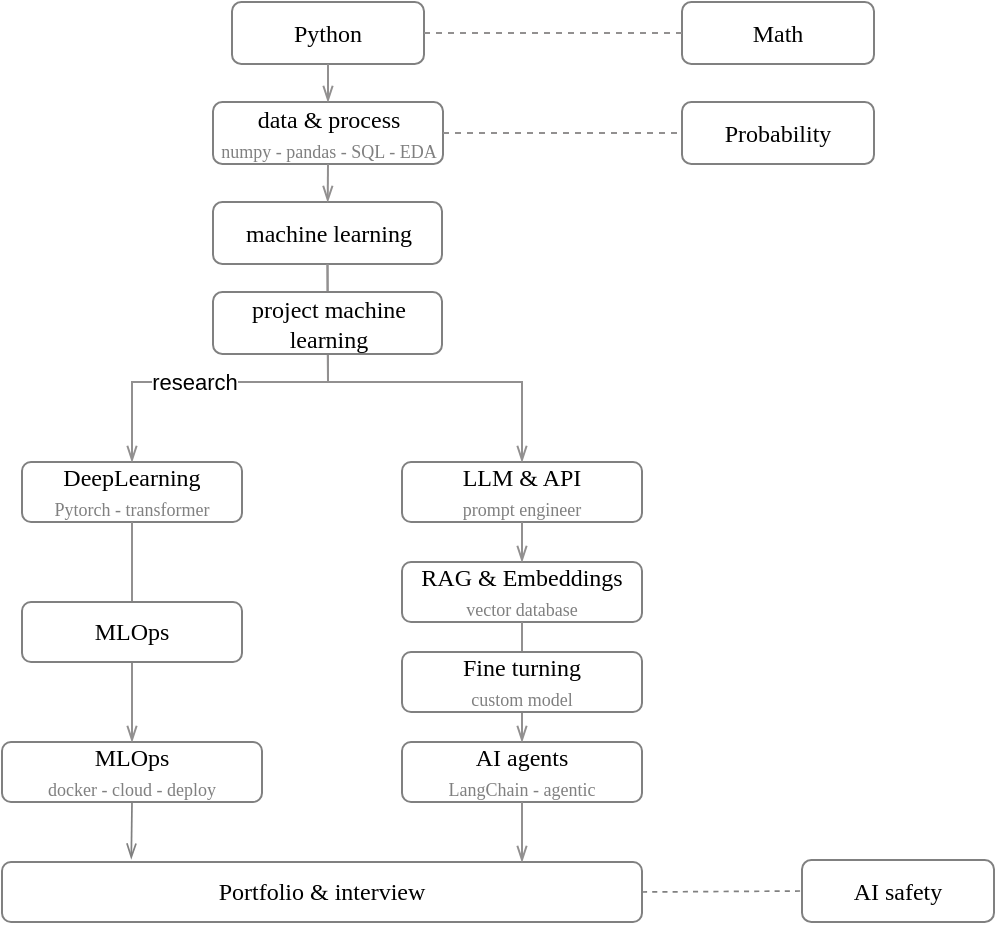
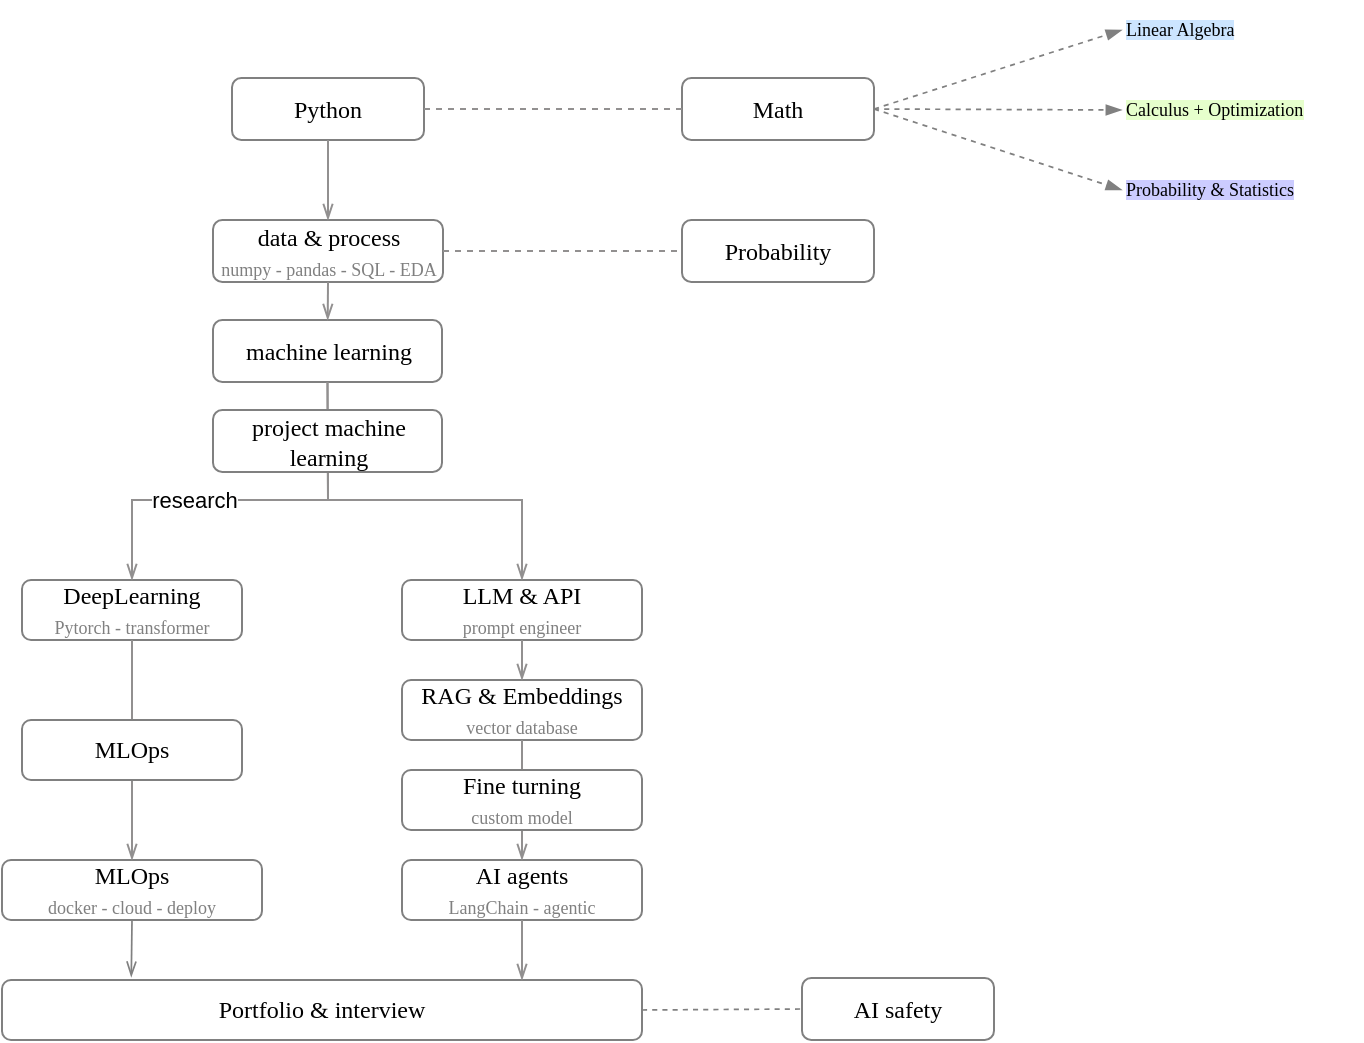
<mxfile host="app.diagrams.net" agent="Mozilla/5.0 (Macintosh; Intel Mac OS X 10_15_7) AppleWebKit/537.36 (KHTML, like Gecko) draw.io/29.3.0 Chrome/140.0.7339.249 Electron/38.7.2 Safari/537.36" pages="4">
  <diagram name="overview" id="cAlCBEzrJN6Ur7Pin5lN">
    <mxGraphModel dx="790" dy="352" grid="1" gridSize="10" guides="1" tooltips="1" connect="1" arrows="1" fold="1" page="1" pageScale="1" pageWidth="827" pageHeight="1169" math="0" shadow="0">
      <root>
        <mxCell id="0" />
        <mxCell id="1" parent="0" />
        <mxCell id="zTdwEjZ7j_-9_ITJUfBh-1" parent="1" style="rounded=1;whiteSpace=wrap;html=1;fontFamily=Comic Sans MS;strokeColor=#808080;" value="Python" vertex="1">
-           <mxGeometry height="31" width="96" x="315" y="510" as="geometry" />
+           <mxGeometry height="31" width="96" x="315" y="489" as="geometry" />
        </mxCell>
        <mxCell id="zTdwEjZ7j_-9_ITJUfBh-2" parent="1" style="rounded=1;whiteSpace=wrap;html=1;fontFamily=Comic Sans MS;strokeColor=#808080;" value="Math" vertex="1">
-           <mxGeometry height="31" width="96" x="540" y="510" as="geometry" />
+           <mxGeometry height="31" width="96" x="540" y="489" as="geometry" />
        </mxCell>
        <mxCell id="zTdwEjZ7j_-9_ITJUfBh-4" parent="1" style="rounded=1;whiteSpace=wrap;html=1;fontFamily=Comic Sans MS;strokeColor=#808080;" value="data &amp;amp; process&lt;div&gt;&lt;font style=&quot;font-size: 9px; color: rgb(128, 128, 128);&quot;&gt;numpy - pandas - SQL - EDA&lt;/font&gt;&lt;/div&gt;" vertex="1">
          <mxGeometry height="31" width="115" x="305.5" y="560" as="geometry" />
        </mxCell>
        <mxCell id="zTdwEjZ7j_-9_ITJUfBh-5" parent="1" style="rounded=1;whiteSpace=wrap;html=1;fontFamily=Comic Sans MS;strokeColor=#808080;" value="Probability" vertex="1">
          <mxGeometry height="31" width="96" x="540" y="560" as="geometry" />
        </mxCell>
        <mxCell id="zTdwEjZ7j_-9_ITJUfBh-6" edge="1" parent="1" source="zTdwEjZ7j_-9_ITJUfBh-4" style="endArrow=none;html=1;rounded=0;endFill=0;strokeColor=light-dark(#929090, #ededed);entryX=0;entryY=0.5;entryDx=0;entryDy=0;exitX=1;exitY=0.5;exitDx=0;exitDy=0;dashed=1;" target="zTdwEjZ7j_-9_ITJUfBh-5" value="">
          <mxGeometry height="50" relative="1" width="50" as="geometry">
            <mxPoint x="350" y="560" as="sourcePoint" />
            <mxPoint x="400" y="510" as="targetPoint" />
          </mxGeometry>
        </mxCell>
        <mxCell id="zTdwEjZ7j_-9_ITJUfBh-7" edge="1" parent="1" source="zTdwEjZ7j_-9_ITJUfBh-1" style="endArrow=none;html=1;rounded=0;endFill=0;strokeColor=light-dark(#929090, #ededed);exitX=1;exitY=0.5;exitDx=0;exitDy=0;entryX=0;entryY=0.5;entryDx=0;entryDy=0;dashed=1;" target="zTdwEjZ7j_-9_ITJUfBh-2" value="">
          <mxGeometry height="50" relative="1" width="50" as="geometry">
-             <mxPoint x="350" y="596" as="sourcePoint" />
-             <mxPoint x="500" y="546" as="targetPoint" />
+             <mxPoint x="350" y="575" as="sourcePoint" />
+             <mxPoint x="500" y="525" as="targetPoint" />
          </mxGeometry>
        </mxCell>
        <mxCell id="zTdwEjZ7j_-9_ITJUfBh-8" parent="1" style="rounded=1;whiteSpace=wrap;html=1;fontFamily=Comic Sans MS;strokeColor=#808080;" value="machine learning" vertex="1">
          <mxGeometry height="31" width="114.5" x="305.5" y="610" as="geometry" />
        </mxCell>
        <mxCell id="zTdwEjZ7j_-9_ITJUfBh-9" edge="1" parent="1" source="zTdwEjZ7j_-9_ITJUfBh-1" style="endArrow=openThin;html=1;rounded=0;endFill=0;strokeColor=light-dark(#929090, #ededed);exitX=0.5;exitY=1;exitDx=0;exitDy=0;" target="zTdwEjZ7j_-9_ITJUfBh-4" value="">
          <mxGeometry height="50" relative="1" width="50" as="geometry">
            <mxPoint x="350" y="560" as="sourcePoint" />
            <mxPoint x="400" y="510" as="targetPoint" />
          </mxGeometry>
        </mxCell>
        <mxCell id="zTdwEjZ7j_-9_ITJUfBh-10" edge="1" parent="1" source="zTdwEjZ7j_-9_ITJUfBh-4" style="endArrow=openThin;html=1;rounded=0;endFill=0;strokeColor=light-dark(#929090, #ededed);exitX=0.5;exitY=1;exitDx=0;exitDy=0;" target="zTdwEjZ7j_-9_ITJUfBh-8" value="">
          <mxGeometry height="50" relative="1" width="50" as="geometry">
            <mxPoint x="350" y="560" as="sourcePoint" />
            <mxPoint x="400" y="510" as="targetPoint" />
          </mxGeometry>
        </mxCell>
        <mxCell id="zTdwEjZ7j_-9_ITJUfBh-11" parent="1" style="rounded=1;whiteSpace=wrap;html=1;fontFamily=Comic Sans MS;strokeColor=#808080;" value="DeepLearning&lt;br&gt;&lt;font style=&quot;font-size: 9px; color: rgb(128, 128, 128);&quot;&gt;Pytorch - transformer&lt;/font&gt;" vertex="1">
          <mxGeometry height="30" width="110" x="210" y="740" as="geometry" />
        </mxCell>
        <mxCell id="zTdwEjZ7j_-9_ITJUfBh-12" parent="1" style="rounded=1;whiteSpace=wrap;html=1;fontFamily=Comic Sans MS;strokeColor=#808080;" value="LLM &amp;amp; API&lt;br&gt;&lt;font style=&quot;font-size: 9px; color: rgb(128, 128, 128);&quot;&gt;prompt engineer&lt;/font&gt;" vertex="1">
          <mxGeometry height="30" width="120" x="400" y="740" as="geometry" />
        </mxCell>
        <mxCell id="zTdwEjZ7j_-9_ITJUfBh-13" parent="1" style="rounded=1;whiteSpace=wrap;html=1;fontFamily=Comic Sans MS;strokeColor=#808080;" value="RAG &amp;amp; Embeddings&lt;div&gt;&lt;font style=&quot;font-size: 9px; color: rgb(128, 128, 128);&quot;&gt;vector database&lt;/font&gt;&lt;/div&gt;" vertex="1">
          <mxGeometry height="30" width="120" x="400" y="790" as="geometry" />
        </mxCell>
        <mxCell id="zTdwEjZ7j_-9_ITJUfBh-14" parent="1" style="rounded=1;whiteSpace=wrap;html=1;fontFamily=Comic Sans MS;strokeColor=#808080;" value="MLOps&lt;div&gt;&lt;font style=&quot;font-size: 9px; color: rgb(128, 128, 128);&quot;&gt;docker - cloud - deploy&lt;/font&gt;&lt;/div&gt;" vertex="1">
          <mxGeometry height="30" width="130" x="200" y="880" as="geometry" />
        </mxCell>
        <mxCell id="zTdwEjZ7j_-9_ITJUfBh-15" parent="1" style="rounded=1;whiteSpace=wrap;html=1;fontFamily=Comic Sans MS;strokeColor=#808080;" value="Portfolio &amp;amp; interview" vertex="1">
          <mxGeometry height="30" width="320" x="200" y="940" as="geometry" />
        </mxCell>
        <mxCell id="zTdwEjZ7j_-9_ITJUfBh-16" parent="1" style="rounded=1;whiteSpace=wrap;html=1;fontFamily=Comic Sans MS;strokeColor=#808080;" value="AI agents&lt;br&gt;&lt;font style=&quot;font-size: 9px; color: rgb(128, 128, 128);&quot;&gt;LangChain - agentic&lt;/font&gt;" vertex="1">
          <mxGeometry height="30" width="120" x="400" y="880" as="geometry" />
        </mxCell>
        <mxCell id="zTdwEjZ7j_-9_ITJUfBh-17" edge="1" parent="1" source="zTdwEjZ7j_-9_ITJUfBh-8" style="endArrow=openThin;html=1;rounded=0;endFill=0;strokeColor=light-dark(#929090, #ededed);entryX=0.5;entryY=0;entryDx=0;entryDy=0;exitX=0.5;exitY=1;exitDx=0;exitDy=0;" target="zTdwEjZ7j_-9_ITJUfBh-12" value="">
          <mxGeometry height="50" relative="1" width="50" as="geometry">
            <Array as="points">
              <mxPoint x="363" y="700" />
              <mxPoint x="460" y="700" />
            </Array>
            <mxPoint x="300" y="780" as="sourcePoint" />
            <mxPoint x="350" y="730" as="targetPoint" />
          </mxGeometry>
        </mxCell>
        <mxCell id="zTdwEjZ7j_-9_ITJUfBh-18" edge="1" parent="1" source="zTdwEjZ7j_-9_ITJUfBh-8" style="endArrow=openThin;html=1;rounded=0;endFill=0;strokeColor=light-dark(#929090, #ededed);exitX=0.5;exitY=1;exitDx=0;exitDy=0;entryX=0.5;entryY=0;entryDx=0;entryDy=0;" target="zTdwEjZ7j_-9_ITJUfBh-11" value="">
          <mxGeometry height="50" relative="1" width="50" as="geometry">
            <Array as="points">
              <mxPoint x="363" y="700" />
              <mxPoint x="265" y="700" />
            </Array>
            <mxPoint x="300" y="780" as="sourcePoint" />
            <mxPoint x="350" y="730" as="targetPoint" />
          </mxGeometry>
        </mxCell>
        <mxCell id="RL8-EkVr3OvldoPUYXMJ-8" connectable="0" parent="zTdwEjZ7j_-9_ITJUfBh-18" style="edgeLabel;html=1;align=center;verticalAlign=middle;resizable=0;points=[];" value="research" vertex="1">
          <mxGeometry relative="1" x="0.2809" as="geometry">
            <mxPoint as="offset" />
          </mxGeometry>
        </mxCell>
        <mxCell id="zTdwEjZ7j_-9_ITJUfBh-19" edge="1" parent="1" source="zTdwEjZ7j_-9_ITJUfBh-11" style="endArrow=openThin;html=1;rounded=0;endFill=0;strokeColor=light-dark(#929090, #ededed);exitX=0.5;exitY=1;exitDx=0;exitDy=0;" target="zTdwEjZ7j_-9_ITJUfBh-14" value="">
          <mxGeometry height="50" relative="1" width="50" as="geometry">
            <mxPoint x="290" y="800" as="sourcePoint" />
            <mxPoint x="340" y="750" as="targetPoint" />
          </mxGeometry>
        </mxCell>
        <mxCell id="zTdwEjZ7j_-9_ITJUfBh-21" edge="1" parent="1" source="zTdwEjZ7j_-9_ITJUfBh-12" style="endArrow=openThin;html=1;rounded=0;endFill=0;strokeColor=light-dark(#929090, #ededed);exitX=0.5;exitY=1;exitDx=0;exitDy=0;entryX=0.5;entryY=0;entryDx=0;entryDy=0;" target="zTdwEjZ7j_-9_ITJUfBh-13" value="">
          <mxGeometry height="50" relative="1" width="50" as="geometry">
            <mxPoint x="290" y="800" as="sourcePoint" />
            <mxPoint x="340" y="750" as="targetPoint" />
          </mxGeometry>
        </mxCell>
        <mxCell id="zTdwEjZ7j_-9_ITJUfBh-22" edge="1" parent="1" source="zTdwEjZ7j_-9_ITJUfBh-13" style="endArrow=openThin;html=1;rounded=0;endFill=0;strokeColor=light-dark(#929090, #ededed);exitX=0.5;exitY=1;exitDx=0;exitDy=0;entryX=0.5;entryY=0;entryDx=0;entryDy=0;" target="zTdwEjZ7j_-9_ITJUfBh-16" value="">
          <mxGeometry height="50" relative="1" width="50" as="geometry">
            <mxPoint x="290" y="800" as="sourcePoint" />
            <mxPoint x="340" y="750" as="targetPoint" />
          </mxGeometry>
        </mxCell>
        <mxCell id="zTdwEjZ7j_-9_ITJUfBh-23" edge="1" parent="1" source="zTdwEjZ7j_-9_ITJUfBh-16" style="endArrow=openThin;html=1;rounded=0;endFill=0;strokeColor=light-dark(#929090, #ededed);exitX=0.5;exitY=1;exitDx=0;exitDy=0;" value="">
          <mxGeometry height="50" relative="1" width="50" as="geometry">
            <mxPoint x="290" y="800" as="sourcePoint" />
            <mxPoint x="460" y="940" as="targetPoint" />
          </mxGeometry>
        </mxCell>
        <mxCell id="RL8-EkVr3OvldoPUYXMJ-1" parent="1" style="rounded=1;whiteSpace=wrap;html=1;fontFamily=Comic Sans MS;strokeColor=#808080;" value="project machine learning" vertex="1">
          <mxGeometry height="31" width="114.5" x="305.5" y="655" as="geometry" />
        </mxCell>
        <mxCell id="RL8-EkVr3OvldoPUYXMJ-3" parent="1" style="rounded=1;whiteSpace=wrap;html=1;fontFamily=Comic Sans MS;strokeColor=#808080;" value="MLOps" vertex="1">
          <mxGeometry height="30" width="110" x="210" y="810" as="geometry" />
        </mxCell>
        <mxCell id="RL8-EkVr3OvldoPUYXMJ-4" edge="1" parent="1" source="zTdwEjZ7j_-9_ITJUfBh-14" style="endArrow=openThin;html=1;rounded=0;strokeColor=#808080;endFill=0;strokeWidth=0.85;exitX=0.5;exitY=1;exitDx=0;exitDy=0;entryX=0.202;entryY=-0.05;entryDx=0;entryDy=0;entryPerimeter=0;" target="zTdwEjZ7j_-9_ITJUfBh-15" value="">
          <mxGeometry height="50" relative="1" width="50" as="geometry">
            <mxPoint x="390" y="820" as="sourcePoint" />
            <mxPoint x="440" y="770" as="targetPoint" />
          </mxGeometry>
        </mxCell>
        <mxCell id="RL8-EkVr3OvldoPUYXMJ-5" parent="1" style="rounded=1;whiteSpace=wrap;html=1;fontFamily=Comic Sans MS;strokeColor=#808080;" value="Fine turning&lt;div&gt;&lt;font style=&quot;font-size: 9px; color: rgb(128, 128, 128);&quot;&gt;custom model&lt;/font&gt;&lt;/div&gt;" vertex="1">
          <mxGeometry height="30" width="120" x="400" y="835" as="geometry" />
        </mxCell>
        <mxCell id="RL8-EkVr3OvldoPUYXMJ-6" parent="1" style="rounded=1;whiteSpace=wrap;html=1;fontFamily=Comic Sans MS;strokeColor=#808080;" value="AI safety" vertex="1">
          <mxGeometry height="31" width="96" x="600" y="939" as="geometry" />
        </mxCell>
        <mxCell id="RL8-EkVr3OvldoPUYXMJ-7" edge="1" parent="1" source="zTdwEjZ7j_-9_ITJUfBh-15" style="endArrow=none;html=1;rounded=0;strokeColor=#808080;endFill=0;strokeWidth=0.85;exitX=1;exitY=0.5;exitDx=0;exitDy=0;entryX=0;entryY=0.5;entryDx=0;entryDy=0;dashed=1;" target="RL8-EkVr3OvldoPUYXMJ-6" value="">
          <mxGeometry height="50" relative="1" width="50" as="geometry">
            <mxPoint x="390" y="880" as="sourcePoint" />
            <mxPoint x="440" y="830" as="targetPoint" />
          </mxGeometry>
        </mxCell>
+         <mxCell id="RL8-EkVr3OvldoPUYXMJ-9" parent="1" style="text;html=1;whiteSpace=wrap;strokeColor=none;fillColor=none;align=left;verticalAlign=middle;rounded=0;fontFamily=Comic Sans MS;fontSize=9;" value="&lt;span style=&quot;background-color: rgb(204, 229, 255);&quot;&gt;Linear Algebra&lt;/span&gt;" vertex="1">
+           <mxGeometry height="30" width="90" x="760" y="450" as="geometry" />
+         </mxCell>
+         <mxCell id="RL8-EkVr3OvldoPUYXMJ-10" parent="1" style="text;html=1;whiteSpace=wrap;strokeColor=none;fillColor=none;align=left;verticalAlign=middle;rounded=0;fontFamily=Comic Sans MS;fontSize=9;" value="&lt;span style=&quot;background-color: rgb(230, 255, 204);&quot;&gt;Calculus +&amp;nbsp;Optimization&lt;/span&gt;" vertex="1">
+           <mxGeometry height="30" width="120" x="760" y="490" as="geometry" />
+         </mxCell>
+         <mxCell id="RL8-EkVr3OvldoPUYXMJ-11" parent="1" style="text;html=1;whiteSpace=wrap;strokeColor=none;fillColor=none;align=left;verticalAlign=middle;rounded=0;fontFamily=Comic Sans MS;fontSize=9;" value="&lt;span style=&quot;background-color: rgb(204, 204, 255);&quot;&gt;Probability &amp;amp;&amp;nbsp;Statistics&lt;/span&gt;" vertex="1">
+           <mxGeometry height="30" width="120" x="760" y="530" as="geometry" />
+         </mxCell>
+         <mxCell id="RL8-EkVr3OvldoPUYXMJ-12" edge="1" parent="1" source="zTdwEjZ7j_-9_ITJUfBh-2" style="endArrow=blockThin;html=1;rounded=0;strokeColor=#808080;endFill=1;strokeWidth=0.85;entryX=0;entryY=0.5;entryDx=0;entryDy=0;exitX=1;exitY=0.5;exitDx=0;exitDy=0;dashed=1;" target="RL8-EkVr3OvldoPUYXMJ-9" value="">
+           <mxGeometry height="50" relative="1" width="50" as="geometry">
+             <mxPoint x="560" y="500" as="sourcePoint" />
+             <mxPoint x="610" y="450" as="targetPoint" />
+           </mxGeometry>
+         </mxCell>
+         <mxCell id="RL8-EkVr3OvldoPUYXMJ-13" edge="1" parent="1" source="zTdwEjZ7j_-9_ITJUfBh-2" style="endArrow=blockThin;html=1;rounded=0;strokeColor=#808080;endFill=1;strokeWidth=0.85;entryX=0;entryY=0.5;entryDx=0;entryDy=0;exitX=1;exitY=0.5;exitDx=0;exitDy=0;dashed=1;" target="RL8-EkVr3OvldoPUYXMJ-10" value="">
+           <mxGeometry height="50" relative="1" width="50" as="geometry">
+             <mxPoint x="560" y="500" as="sourcePoint" />
+             <mxPoint x="610" y="450" as="targetPoint" />
+           </mxGeometry>
+         </mxCell>
+         <mxCell id="RL8-EkVr3OvldoPUYXMJ-14" edge="1" parent="1" source="zTdwEjZ7j_-9_ITJUfBh-2" style="endArrow=blockThin;html=1;rounded=0;strokeColor=#808080;endFill=1;strokeWidth=0.85;exitX=1;exitY=0.5;exitDx=0;exitDy=0;entryX=0;entryY=0.5;entryDx=0;entryDy=0;dashed=1;" target="RL8-EkVr3OvldoPUYXMJ-11" value="">
+           <mxGeometry height="50" relative="1" width="50" as="geometry">
+             <mxPoint x="560" y="500" as="sourcePoint" />
+             <mxPoint x="610" y="450" as="targetPoint" />
+           </mxGeometry>
+         </mxCell>
      </root>
    </mxGraphModel>
  </diagram>
  <diagram id="UOBW3iFDmhUj1Tzh1QrL" name="python">
    <mxGraphModel dx="1725" dy="984" grid="1" gridSize="10" guides="1" tooltips="1" connect="1" arrows="1" fold="1" page="1" pageScale="1" pageWidth="827" pageHeight="1169" math="0" shadow="0">
      <root>
        <mxCell id="0" />
        <mxCell id="1" parent="0" />
      </root>
    </mxGraphModel>
  </diagram>
  <diagram id="m8GAUy3Aqo1FDhopTY1m" name="math">
    <mxGraphModel dx="1725" dy="984" grid="1" gridSize="10" guides="1" tooltips="1" connect="1" arrows="1" fold="1" page="1" pageScale="1" pageWidth="827" pageHeight="1169" math="0" shadow="0">
      <root>
        <mxCell id="0" />
        <mxCell id="1" parent="0" />
      </root>
    </mxGraphModel>
  </diagram>
  <diagram id="iIlrw0R1UCY4nR05RIuw" name="agent">
    <mxGraphModel dx="2265" dy="820" grid="1" gridSize="10" guides="1" tooltips="1" connect="1" arrows="1" fold="1" page="1" pageScale="1" pageWidth="827" pageHeight="1169" math="0" shadow="0">
      <root>
        <mxCell id="0" />
        <mxCell id="1" parent="0" />
        <mxCell id="3Uv-7dnaONPzhC1kDc2I-1" parent="1" style="text;html=1;whiteSpace=wrap;strokeColor=none;fillColor=none;align=center;verticalAlign=middle;rounded=0;" value="&lt;font face=&quot;Comic Sans MS&quot;&gt;working flow&amp;nbsp;&lt;/font&gt;" vertex="1">
          <mxGeometry height="30" width="110" x="600" y="480" as="geometry" />
        </mxCell>
        <mxCell id="3Uv-7dnaONPzhC1kDc2I-3" parent="1" style="text;html=1;whiteSpace=wrap;strokeColor=none;fillColor=none;align=center;verticalAlign=middle;rounded=0;" value="&lt;font face=&quot;Comic Sans MS&quot;&gt;prompt chaining&amp;nbsp;&lt;/font&gt;" vertex="1">
          <mxGeometry height="30" width="110" x="820" y="230" as="geometry" />
        </mxCell>
        <mxCell id="3Uv-7dnaONPzhC1kDc2I-4" edge="1" parent="1" source="3Uv-7dnaONPzhC1kDc2I-1" style="endArrow=openThin;html=1;rounded=0;endFill=0;strokeColor=light-dark(#929090, #ededed);exitX=1;exitY=0.5;exitDx=0;exitDy=0;entryX=0;entryY=0.5;entryDx=0;entryDy=0;" target="3Uv-7dnaONPzhC1kDc2I-3" value="">
          <mxGeometry height="50" relative="1" width="50" as="geometry">
            <mxPoint x="790" y="370" as="sourcePoint" />
            <mxPoint x="840" y="320" as="targetPoint" />
          </mxGeometry>
        </mxCell>
        <mxCell id="3Uv-7dnaONPzhC1kDc2I-5" parent="1" style="text;html=1;whiteSpace=wrap;strokeColor=none;fillColor=none;align=center;verticalAlign=middle;rounded=0;" value="&lt;font face=&quot;Comic Sans MS&quot;&gt;routing&lt;/font&gt;" vertex="1">
          <mxGeometry height="30" width="80" x="820" y="350" as="geometry" />
        </mxCell>
        <mxCell id="3Uv-7dnaONPzhC1kDc2I-6" parent="1" style="text;html=1;whiteSpace=wrap;strokeColor=none;fillColor=none;align=center;verticalAlign=middle;rounded=0;" value="&lt;font face=&quot;Comic Sans MS&quot;&gt;Evaluator - Optimizer / Reflection&lt;/font&gt;" vertex="1">
          <mxGeometry height="30" width="220" x="820" y="480" as="geometry" />
        </mxCell>
        <mxCell id="3Uv-7dnaONPzhC1kDc2I-7" edge="1" parent="1" source="3Uv-7dnaONPzhC1kDc2I-1" style="endArrow=openThin;html=1;rounded=0;endFill=0;strokeColor=light-dark(#929090, #ededed);exitX=1;exitY=0.5;exitDx=0;exitDy=0;entryX=0;entryY=0.5;entryDx=0;entryDy=0;" target="3Uv-7dnaONPzhC1kDc2I-5" value="">
          <mxGeometry height="50" relative="1" width="50" as="geometry">
            <mxPoint x="790" y="440" as="sourcePoint" />
            <mxPoint x="840" y="390" as="targetPoint" />
          </mxGeometry>
        </mxCell>
        <mxCell id="3Uv-7dnaONPzhC1kDc2I-8" edge="1" parent="1" source="3Uv-7dnaONPzhC1kDc2I-1" style="endArrow=openThin;html=1;rounded=0;endFill=0;strokeColor=light-dark(#929090, #ededed);exitX=1;exitY=0.5;exitDx=0;exitDy=0;" target="3Uv-7dnaONPzhC1kDc2I-6" value="">
          <mxGeometry height="50" relative="1" width="50" as="geometry">
            <mxPoint x="790" y="440" as="sourcePoint" />
            <mxPoint x="840" y="390" as="targetPoint" />
          </mxGeometry>
        </mxCell>
        <mxCell id="3Uv-7dnaONPzhC1kDc2I-9" parent="1" style="text;html=1;whiteSpace=wrap;strokeColor=none;fillColor=none;align=center;verticalAlign=middle;rounded=0;" value="&lt;font face=&quot;Comic Sans MS&quot;&gt;Orchestrator - Workers&lt;/font&gt;" vertex="1">
          <mxGeometry height="30" width="150" x="820" y="590" as="geometry" />
        </mxCell>
        <mxCell id="3Uv-7dnaONPzhC1kDc2I-10" edge="1" parent="1" source="3Uv-7dnaONPzhC1kDc2I-1" style="endArrow=openThin;html=1;rounded=0;endFill=0;strokeColor=light-dark(#929090, #ededed);entryX=0;entryY=0.5;entryDx=0;entryDy=0;exitX=1;exitY=0.5;exitDx=0;exitDy=0;" target="3Uv-7dnaONPzhC1kDc2I-9" value="">
          <mxGeometry height="50" relative="1" width="50" as="geometry">
            <mxPoint x="790" y="610" as="sourcePoint" />
            <mxPoint x="840" y="560" as="targetPoint" />
          </mxGeometry>
        </mxCell>
        <mxCell id="3Uv-7dnaONPzhC1kDc2I-11" parent="1" style="text;html=1;whiteSpace=wrap;strokeColor=none;fillColor=none;align=center;verticalAlign=middle;rounded=0;" value="&lt;font face=&quot;Comic Sans MS&quot;&gt;RAG - Retrieval-Augmented Generation&lt;/font&gt;" vertex="1">
          <mxGeometry height="30" width="240" x="820" y="710" as="geometry" />
        </mxCell>
        <mxCell id="3Uv-7dnaONPzhC1kDc2I-12" edge="1" parent="1" source="3Uv-7dnaONPzhC1kDc2I-1" style="endArrow=openThin;html=1;rounded=0;endFill=0;strokeColor=light-dark(#929090, #ededed);entryX=0;entryY=0.5;entryDx=0;entryDy=0;exitX=1;exitY=0.5;exitDx=0;exitDy=0;" target="3Uv-7dnaONPzhC1kDc2I-11" value="">
          <mxGeometry height="50" relative="1" width="50" as="geometry">
            <mxPoint x="790" y="490" as="sourcePoint" />
            <mxPoint x="840" y="440" as="targetPoint" />
          </mxGeometry>
        </mxCell>
        <mxCell id="3Uv-7dnaONPzhC1kDc2I-13" parent="1" style="rounded=1;whiteSpace=wrap;html=1;fontFamily=Comic Sans MS;strokeColor=#808080;" value="LLM" vertex="1">
          <mxGeometry height="30" width="80" x="-160" y="520" as="geometry" />
        </mxCell>
        <mxCell id="3Uv-7dnaONPzhC1kDc2I-14" parent="1" style="rounded=1;whiteSpace=wrap;html=1;fontFamily=Comic Sans MS;strokeColor=#808080;" value="Planning" vertex="1">
          <mxGeometry height="30" width="90" x="-10" y="680" as="geometry" />
        </mxCell>
        <mxCell id="3Uv-7dnaONPzhC1kDc2I-15" parent="1" style="rounded=1;whiteSpace=wrap;html=1;fontFamily=Comic Sans MS;strokeColor=#808080;" value="Memory" vertex="1">
          <mxGeometry height="30" width="80" x="240" y="560" as="geometry" />
        </mxCell>
        <mxCell id="3Uv-7dnaONPzhC1kDc2I-16" parent="1" style="rounded=1;whiteSpace=wrap;html=1;fontFamily=Comic Sans MS;strokeColor=#808080;" value="Tools/Actions" vertex="1">
          <mxGeometry height="30" width="90" x="70" y="400" as="geometry" />
        </mxCell>
      </root>
    </mxGraphModel>
  </diagram>
</mxfile>
